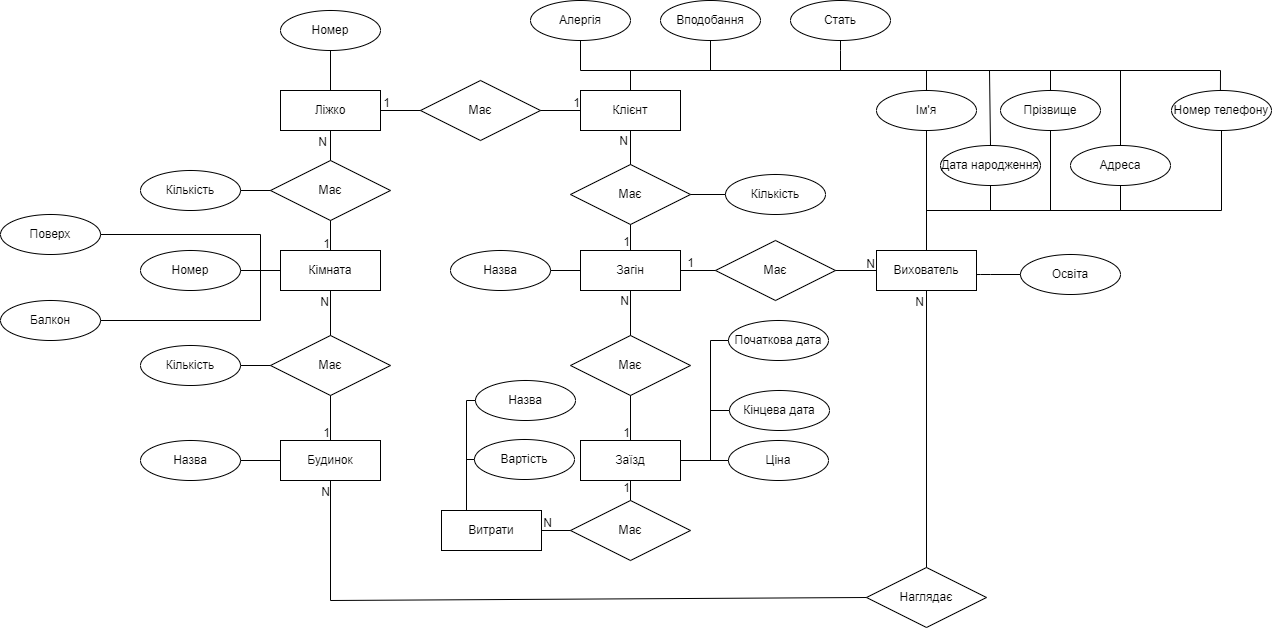
TimofiyJ/PY_Camp keeps this draw.io diagram as artifacts/Cursova_Veronika.drawio.png. Above is the earlier version. Source tidied: cells renumbered, new cells last; positions are measured from the earlier drawing's top-left corner, leaving out a move shared by most shapes.
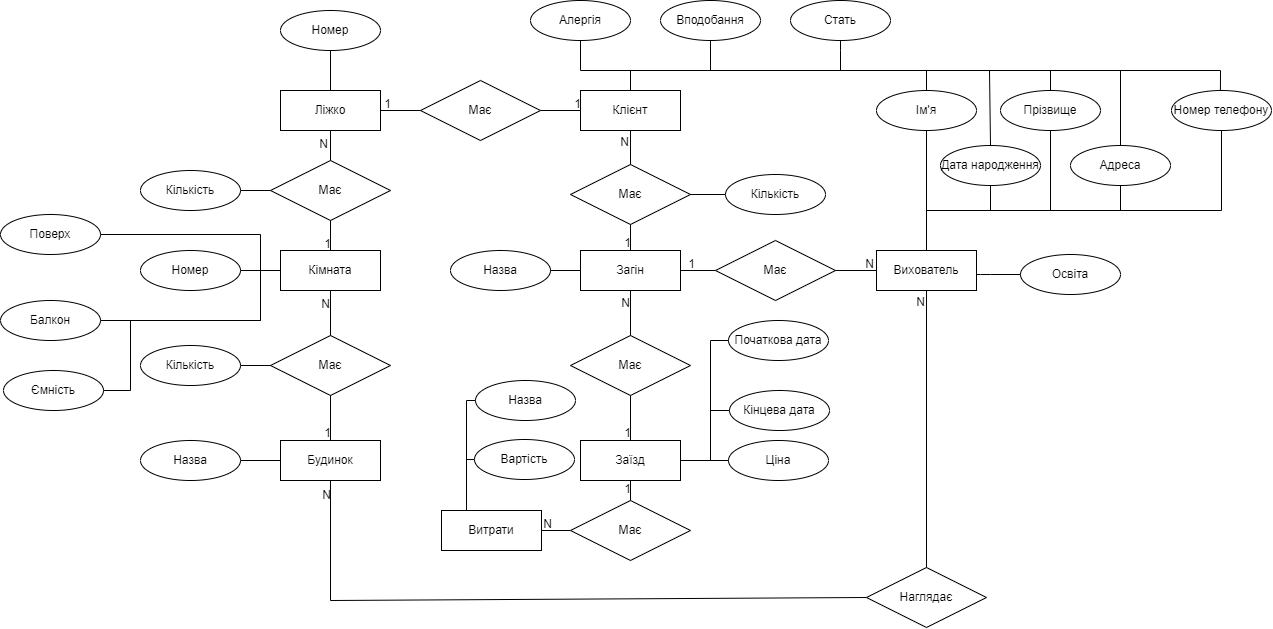
The same file after the commit.

What changed in the source:
```diff
@@ -423,5 +423,18 @@
     <mxCell id="100" style="endArrow=none;html=1;rounded=0;exitX=1;exitY=0.5;exitDx=0;exitDy=0;entryX=0;entryY=0.5;entryDx=0;entryDy=0;" parent="1" edge="1" source="30" target="99">
       <mxGeometry relative="1" as="geometry" />
     </mxCell>
+    <mxCell id="101" value="Ємність" style="ellipse;whiteSpace=wrap;html=1;align=center;" parent="1" vertex="1">
+      <mxGeometry x="3" y="370" width="100" height="40" as="geometry" />
+    </mxCell>
+    <mxCell id="102" style="endArrow=none;html=1;rounded=0;entryX=0;entryY=0.5;entryDx=0;entryDy=0;exitX=1;exitY=0.5;exitDx=0;exitDy=0;" parent="1" edge="1" source="101" target="4">
+      <mxGeometry relative="1" as="geometry">
+        <Array as="points">
+          <mxPoint x="130" y="390" />
+          <mxPoint x="130" y="320" />
+          <mxPoint x="260" y="320" />
+          <mxPoint x="260" y="270" />
+        </Array>
+      </mxGeometry>
+    </mxCell>
   </root>
 </mxGraphModel>
```
